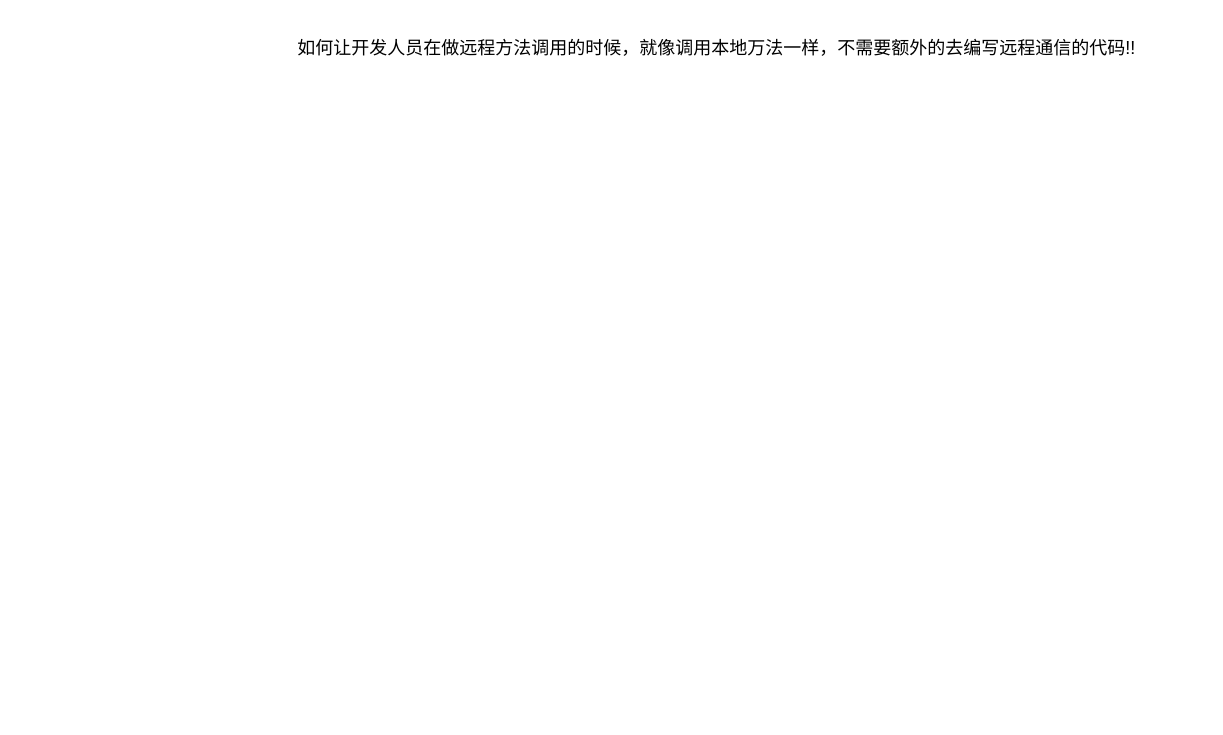
Earlier version of the draw.io diagram rpc原理.drawio (SquirrelRed/learning). Source tidied: cells renumbered, new cells numbered last; positions are measured from the earlier drawing's top-left corner, leaving out a move shared by most shapes. Both pictures are drawn from the tidied source at 150%, with x=0, y=0 at pixel (280, 26).
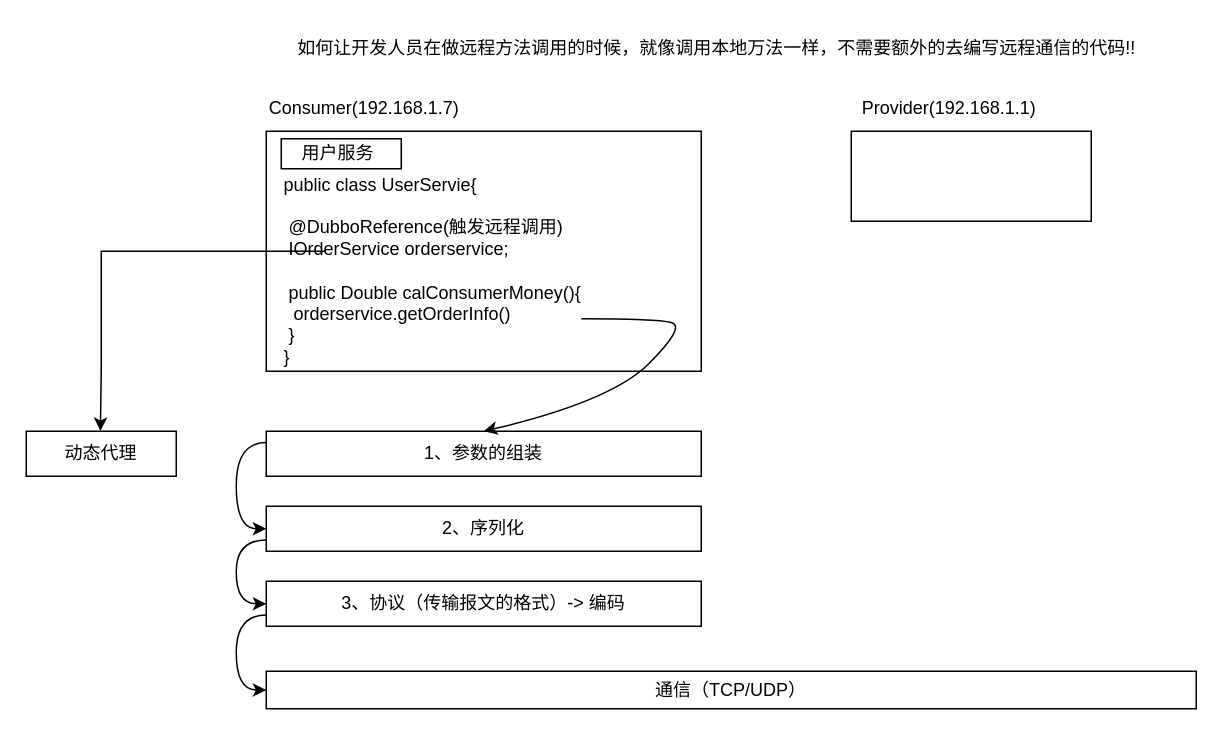
Above is the later version.

Diff of the diagram source:
```diff
@@
+    <mxCell id="3" value="Consumer(192.168.1.7)" style="text;html=1;align=center;verticalAlign=middle;strokeColor=none;fillColor=none;" parent="1" vertex="1">
+      <mxGeometry x="-20" y="40" width="150" height="30" as="geometry" />
+    </mxCell>
+    <mxCell id="4" style="rounded=0;whiteSpace=wrap;html=1;" parent="1" vertex="1">
+      <mxGeometry x="380" y="70" width="160" height="60" as="geometry" />
+    </mxCell>
+    <mxCell id="5" value="Provider(192.168.1.1)" style="text;html=1;align=center;verticalAlign=middle;strokeColor=none;fillColor=none;" parent="1" vertex="1">
+      <mxGeometry x="375" y="40" width="140" height="30" as="geometry" />
+    </mxCell>
+    <mxCell id="6" style="whiteSpace=wrap;html=1;" parent="1" vertex="1">
+      <mxGeometry x="-10" y="70" width="290" height="160" as="geometry" />
+    </mxCell>
+    <mxCell id="7" style="rounded=0;whiteSpace=wrap;html=1;" parent="1" vertex="1">
+      <mxGeometry y="75" width="80" height="20" as="geometry" />
+    </mxCell>
+    <mxCell id="8" value="用户服务" style="text;html=1;strokeColor=none;fillColor=none;align=center;verticalAlign=middle;whiteSpace=wrap;rounded=0;" parent="1" vertex="1">
+      <mxGeometry x="7.5" y="70" width="60" height="30" as="geometry" />
+    </mxCell>
+    <mxCell id="9" value="public class UserServie{&lt;br&gt;&lt;br&gt;&lt;span style=&quot;&quot;&gt; &lt;/span&gt;&lt;span style=&quot;white-space: pre;&quot;&gt; &lt;/span&gt;@DubboReference(触发远程调用)&lt;br&gt;&lt;div style=&quot;&quot;&gt;&lt;span style=&quot;background-color: initial;&quot;&gt;&lt;span style=&quot;&quot;&gt; &lt;/span&gt;&lt;span style=&quot;white-space: pre;&quot;&gt; &lt;/span&gt;IOrderService orderservice;&lt;br&gt;&lt;/span&gt;&lt;/div&gt;&lt;div style=&quot;&quot;&gt;&lt;span style=&quot;background-color: initial;&quot;&gt;&lt;br&gt;&lt;/span&gt;&lt;/div&gt;&lt;div style=&quot;&quot;&gt;&lt;span style=&quot;background-color: initial;&quot;&gt;&lt;span style=&quot;&quot;&gt; &lt;/span&gt;&lt;span style=&quot;white-space: pre;&quot;&gt; &lt;/span&gt;public Double calConsumerMoney(){&lt;/span&gt;&lt;/div&gt;&lt;span style=&quot;white-space: pre;&quot;&gt; &lt;span style=&quot;white-space: pre;&quot;&gt; &lt;/span&gt;&lt;/span&gt;orderservice.getOrderInfo()&lt;div style=&quot;&quot;&gt;&lt;span style=&quot;background-color: initial;&quot;&gt;&lt;span style=&quot;&quot;&gt; &lt;/span&gt;&lt;span style=&quot;white-space: pre;&quot;&gt; &lt;/span&gt;}&lt;/span&gt;&lt;/div&gt;&lt;div style=&quot;&quot;&gt;&lt;span style=&quot;background-color: initial;&quot;&gt;}&lt;/span&gt;&lt;/div&gt;&lt;div style=&quot;&quot;&gt;&lt;span style=&quot;background-color: initial;&quot;&gt;&lt;br&gt;&lt;/span&gt;&lt;/div&gt;" style="text;html=1;strokeColor=none;fillColor=none;align=left;verticalAlign=middle;whiteSpace=wrap;rounded=0;" parent="1" vertex="1">
+      <mxGeometry y="90" width="250" height="160" as="geometry" />
+    </mxCell>
+    <mxCell id="10" style="edgeStyle=orthogonalEdgeStyle;curved=1;rounded=0;jettySize=auto;html=1;exitX=0;exitY=0.25;exitDx=0;exitDy=0;entryX=0;entryY=0.5;entryDx=0;entryDy=0;" parent="1" edge="1" source="11" target="13">
+      <mxGeometry relative="1" as="geometry">
+        <Array as="points">
+          <mxPoint x="-30" y="277" />
+          <mxPoint x="-30" y="335" />
+        </Array>
+      </mxGeometry>
+    </mxCell>
+    <mxCell id="11" value="1、参数的组装" style="rounded=0;whiteSpace=wrap;html=1;" parent="1" vertex="1">
+      <mxGeometry x="-10" y="270" width="290" height="30" as="geometry" />
+    </mxCell>
+    <mxCell id="12" style="edgeStyle=orthogonalEdgeStyle;curved=1;rounded=0;jettySize=auto;html=1;exitX=0;exitY=0.75;exitDx=0;exitDy=0;entryX=0;entryY=0.5;entryDx=0;entryDy=0;" parent="1" edge="1" source="13" target="15">
+      <mxGeometry relative="1" as="geometry">
+        <Array as="points">
+          <mxPoint x="-30" y="343" />
+          <mxPoint x="-30" y="385" />
+        </Array>
+      </mxGeometry>
+    </mxCell>
+    <mxCell id="13" value="2、序列化" style="rounded=0;whiteSpace=wrap;html=1;" parent="1" vertex="1">
+      <mxGeometry x="-10" y="320" width="290" height="30" as="geometry" />
+    </mxCell>
+    <mxCell id="14" style="edgeStyle=orthogonalEdgeStyle;curved=1;rounded=0;jettySize=auto;html=1;exitX=0;exitY=0.75;exitDx=0;exitDy=0;entryX=0;entryY=0.5;entryDx=0;entryDy=0;" parent="1" edge="1" source="15" target="16">
+      <mxGeometry relative="1" as="geometry">
+        <Array as="points">
+          <mxPoint x="-30" y="393" />
+          <mxPoint x="-30" y="443" />
+        </Array>
+      </mxGeometry>
+    </mxCell>
+    <mxCell id="15" value="3、协议（传输报文的格式）-&amp;gt; 编码" style="rounded=0;whiteSpace=wrap;html=1;" parent="1" vertex="1">
+      <mxGeometry x="-10" y="370" width="290" height="30" as="geometry" />
+    </mxCell>
+    <mxCell id="16" value="通信（TCP/UDP）" style="rounded=0;whiteSpace=wrap;html=1;" parent="1" vertex="1">
+      <mxGeometry x="-10" y="430" width="620" height="25" as="geometry" />
+    </mxCell>
+    <mxCell id="17" style="endArrow=classic;html=1;rounded=0;exitX=0.118;exitY=0.375;exitDx=0;exitDy=0;exitPerimeter=0;entryX=0.42;entryY=-0.008;entryDx=0;entryDy=0;entryPerimeter=0;" parent="1" edge="1" source="9">
+      <mxGeometry relative="1" as="geometry">
+        <mxPoint x="-120.6" y="269.8" as="targetPoint" />
+        <Array as="points">
+          <mxPoint x="-60" y="150" />
+          <mxPoint x="-120" y="150" />
+          <mxPoint x="-120" y="230" />
+        </Array>
+      </mxGeometry>
+    </mxCell>
+    <mxCell id="18" value="动态代理" style="rounded=0;whiteSpace=wrap;html=1;" parent="1" vertex="1">
+      <mxGeometry x="-170" y="270" width="100" height="30" as="geometry" />
+    </mxCell>
+    <mxCell id="19" style="curved=1;endArrow=classic;html=1;rounded=0;entryX=0.5;entryY=0;entryDx=0;entryDy=0;" parent="1" edge="1" target="11">
+      <mxGeometry relative="1" as="geometry">
+        <mxPoint x="200" y="195" as="sourcePoint" />
+        <Array as="points">
+          <mxPoint x="250" y="195" />
+          <mxPoint x="270" y="200" />
+          <mxPoint x="220" y="250" />
+        </Array>
+      </mxGeometry>
+    </mxCell>
```
